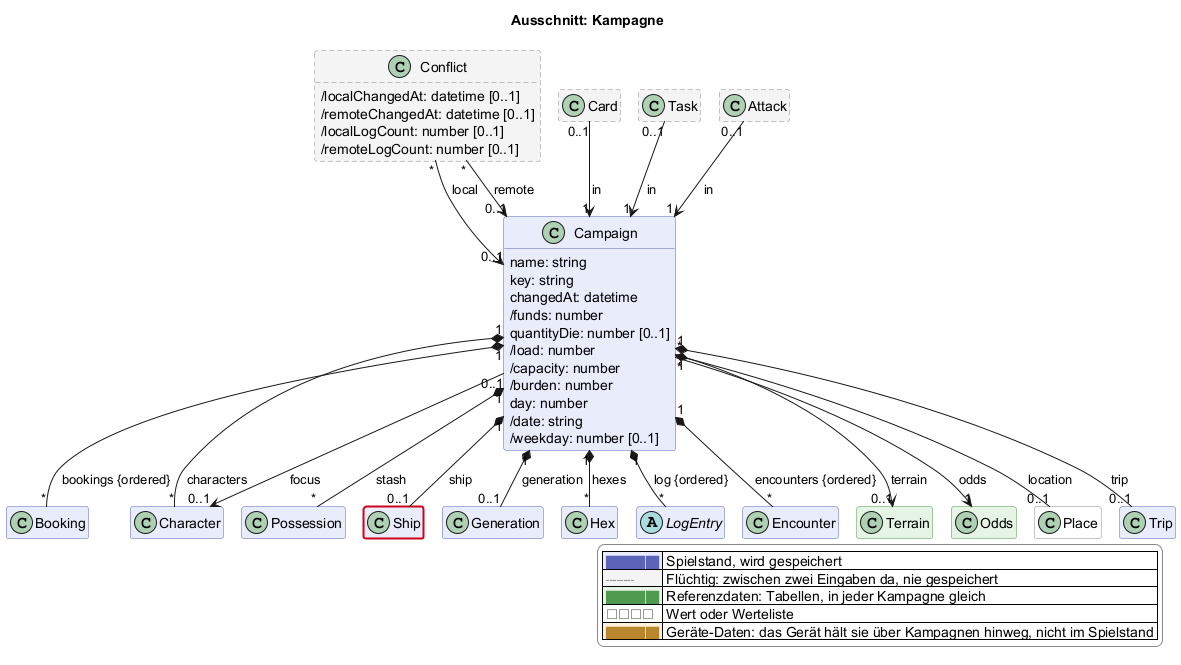
Above: docs/views/kampagne.png in scuzzar/SRE (PlantUML), before the change.
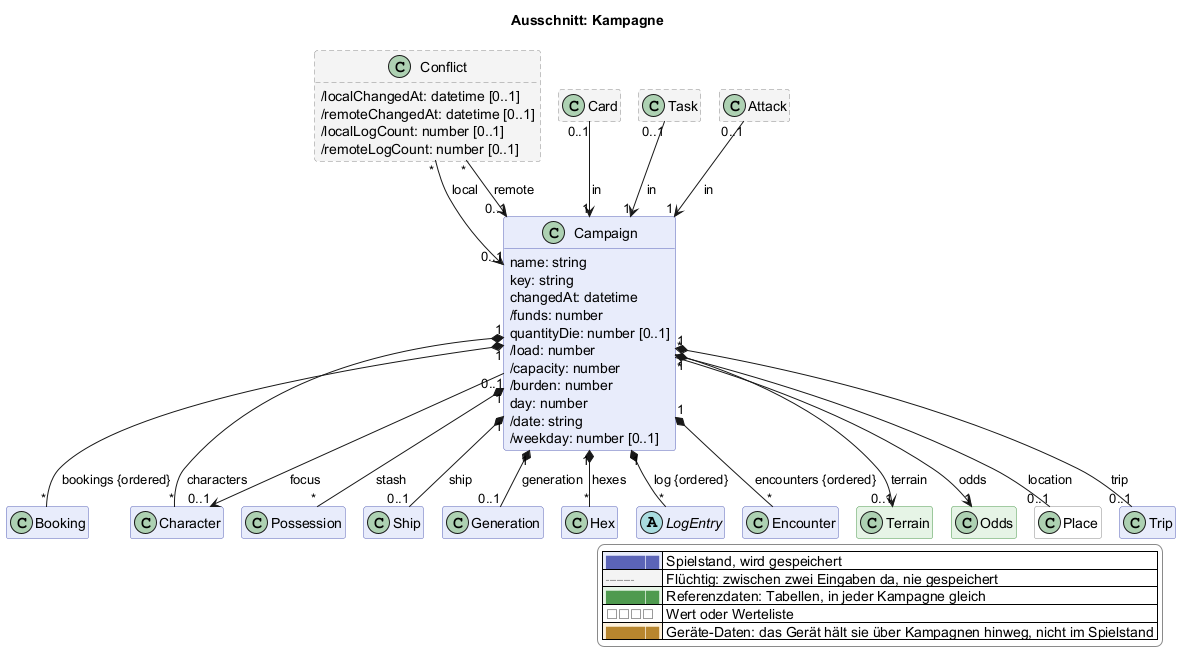
After the change.

The edit, as a diff of the source:
```diff
@@ -150,5 +150,4 @@
   |<#ffffff> <color:#8a8a8a>□□□□</color> | Wert oder Werteliste |
   |<#fdf1dc> <color:#b8862e>████</color> | Geräte-Daten: das Gerät hält sie über Kampagnen hinweg, nicht im Spielstand |
 endlegend
-class Ship #line:d0021b;line.bold
 @enduml
```
